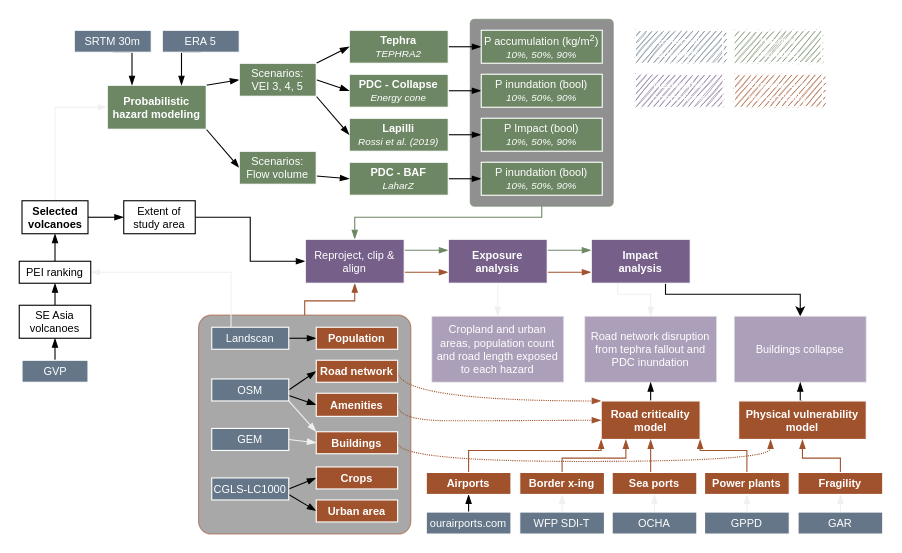
vharg/VolcGIS keeps this draw.io diagram as workflow.drawio. Above is the earlier version. Source tidied: cells renumbered, new cells numbered last; positions are measured from the earlier drawing's top-left corner, leaving out a move shared by most shapes. Both pictures are drawn from the tidied source at 110%, with x=0, y=0 at pixel (19, 19).
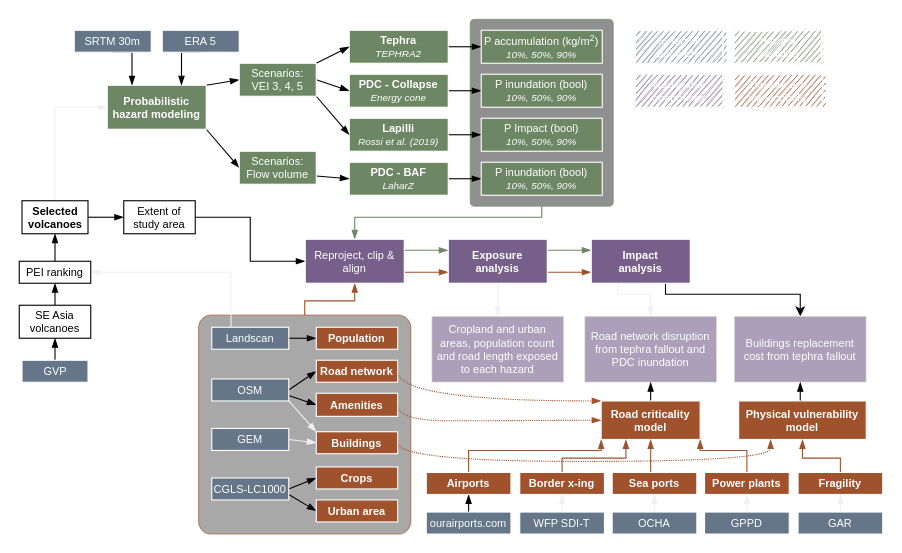
The same page after the edit.

The edit, as a diff of the source:
```diff
@@
-    <mxCell id="75" value="&lt;span style=&quot;color: rgb(255 , 255 , 255)&quot;&gt;Buildings collapse&lt;/span&gt;" style="rounded=0;whiteSpace=wrap;html=1;shadow=0;strokeWidth=1;fillColor=#76608a;fontSize=10;fontColor=#ffffff;strokeColor=#F0F0F0;align=center;opacity=60;" parent="1" vertex="1">
+    <mxCell id="75" value="&lt;span style=&quot;color: rgb(255 , 255 , 255)&quot;&gt;Buildings replacement cost from tephra fallout&lt;/span&gt;" style="rounded=0;whiteSpace=wrap;html=1;shadow=0;strokeWidth=1;fillColor=#76608a;fontSize=10;fontColor=#ffffff;strokeColor=#F0F0F0;align=center;opacity=60;" parent="1" vertex="1">
       <mxGeometry x="650" y="270" width="120" height="60" as="geometry" />
     </mxCell>
```
